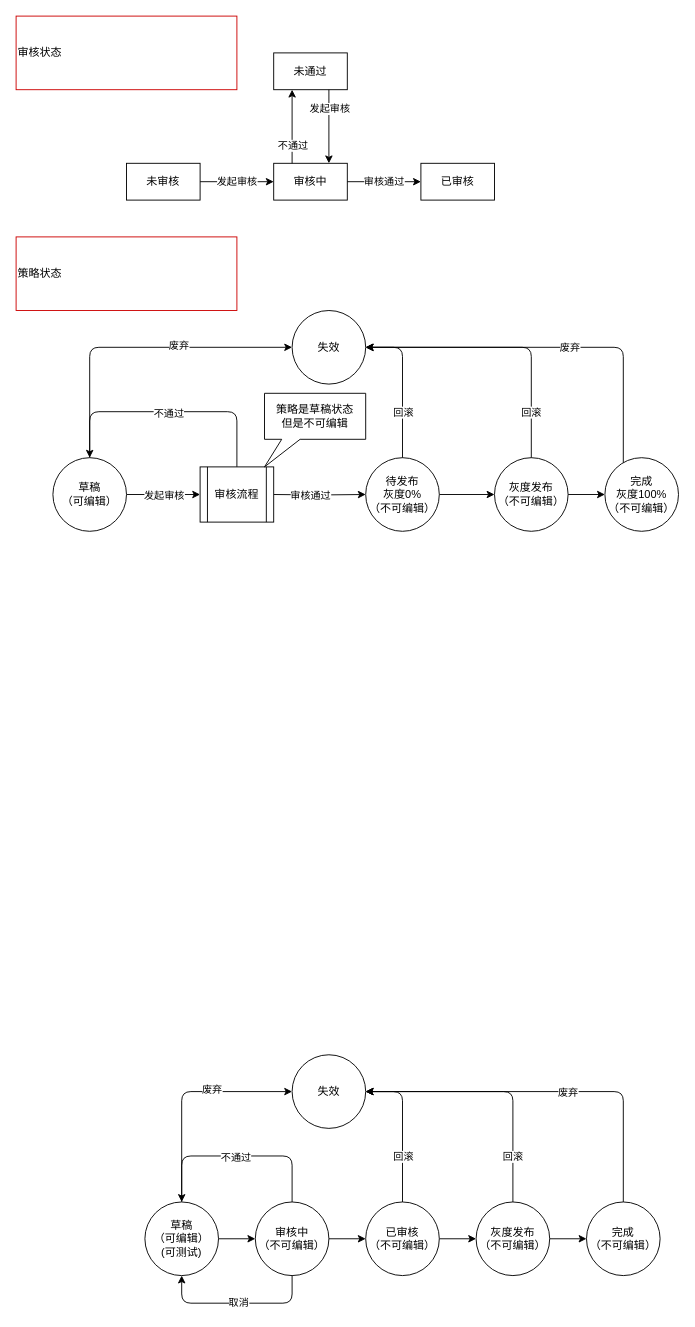
The draw.io diagram Untitled Diagram.drawio in Wang-Jun-Chao/diagrams, before the edit. Source tidied: cells renumbered, new cells numbered last; positions are measured from the earlier drawing's top-left corner, leaving out a move shared by most shapes. Both pictures are drawn from the tidied source at 92%, with x=0, y=0 at pixel (16, 16).
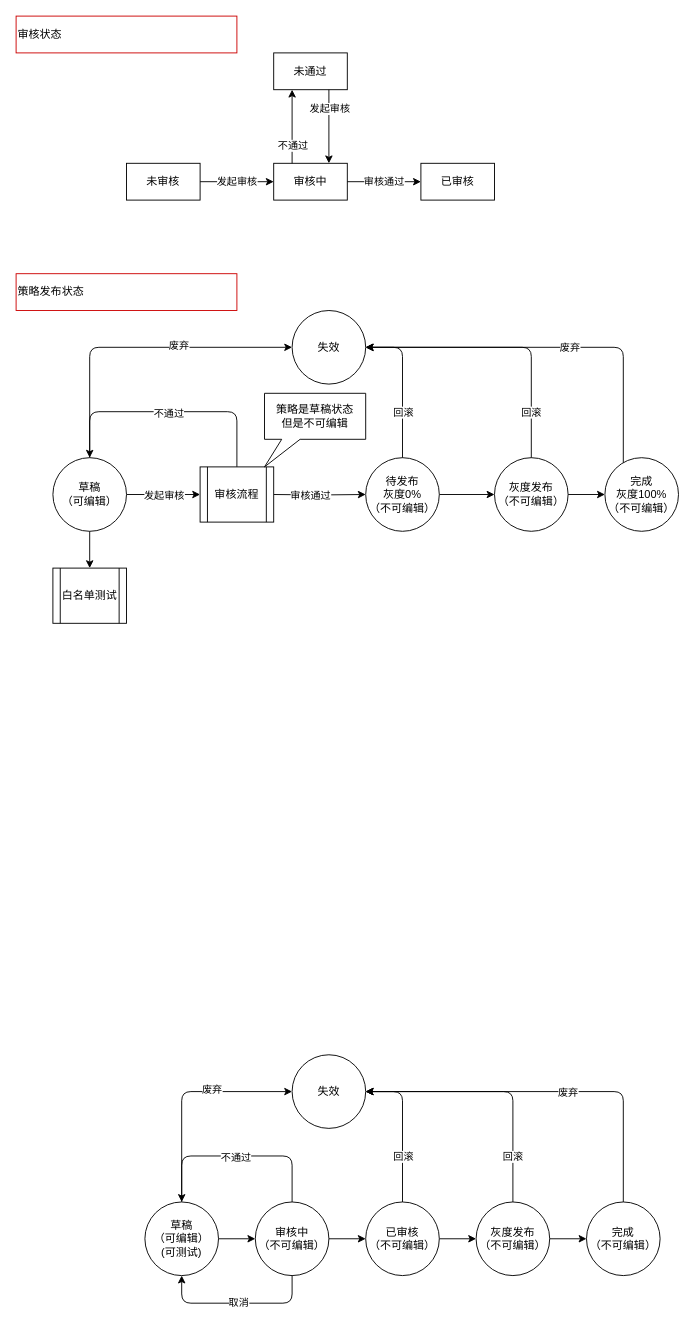
Above is the later version.

Unchanged cells that the change refers to:
```xml
<mxCell id="4" value="草稿&lt;br&gt;（可编辑）" style="ellipse;whiteSpace=wrap;html=1;" parent="1" vertex="1">
  <mxGeometry x="40" y="480" width="80" height="80" as="geometry" />
</mxCell>
```

Change to the diagram source:
```diff
@@
     <mxCell id="21" value="审核状态" style="rounded=0;whiteSpace=wrap;html=1;strokeColor=#CC0000;align=left;" parent="1" vertex="1">
-      <mxGeometry width="240" height="80" as="geometry" />
+      <mxGeometry width="240" height="40" as="geometry" />
     </mxCell>
@@
-    <mxCell id="56" value="策略状态" style="rounded=0;whiteSpace=wrap;html=1;strokeColor=#CC0000;align=left;" parent="1" vertex="1">
-      <mxGeometry y="240" width="240" height="80" as="geometry" />
+    <mxCell id="56" value="策略发布状态" style="rounded=0;whiteSpace=wrap;html=1;strokeColor=#CC0000;align=left;" parent="1" vertex="1">
+      <mxGeometry y="280" width="240" height="40" as="geometry" />
     </mxCell>
@@
+    <mxCell id="59" value="白名单测试" style="shape=process;whiteSpace=wrap;html=1;backgroundOutline=1;" parent="1" vertex="1">
+      <mxGeometry x="40" y="600" width="80" height="60" as="geometry" />
+    </mxCell>
+    <mxCell id="60" style="endArrow=classic;html=1;exitX=0.5;exitY=1;exitDx=0;exitDy=0;entryX=0.5;entryY=0;entryDx=0;entryDy=0;" parent="1" edge="1" source="4" target="59">
+      <mxGeometry relative="1" as="geometry" />
+    </mxCell>
```
